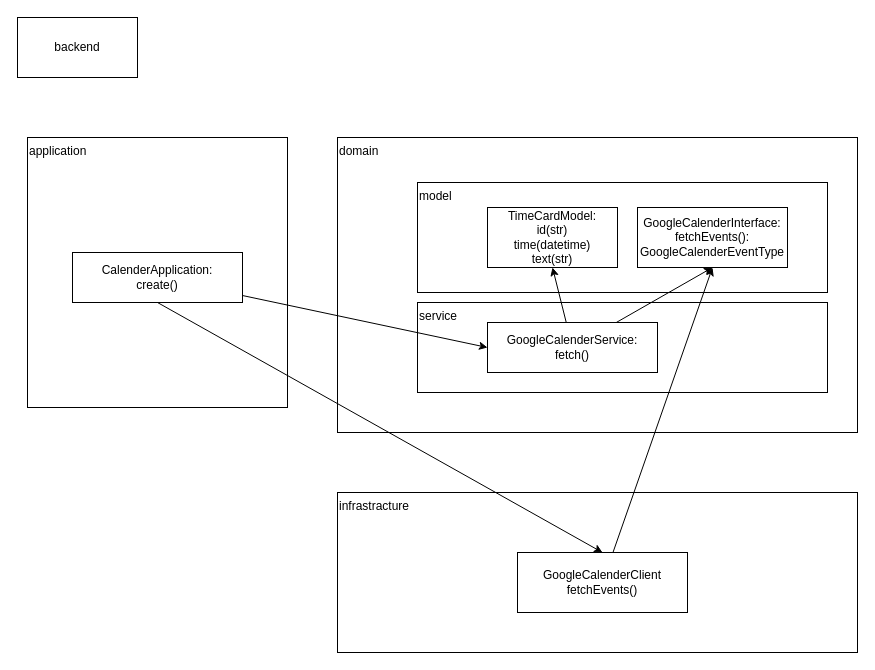
Earlier version of the draw.io diagram app/docs/architecture.drawio (rkunihisa/KNZN-CleanArchitecture). Source tidied: cells renumbered, new cells numbered last; positions are measured from the earlier drawing's top-left corner, leaving out a move shared by most shapes. Both pictures are drawn from the tidied source at 100%, with x=0, y=0 at pixel (17, 17).
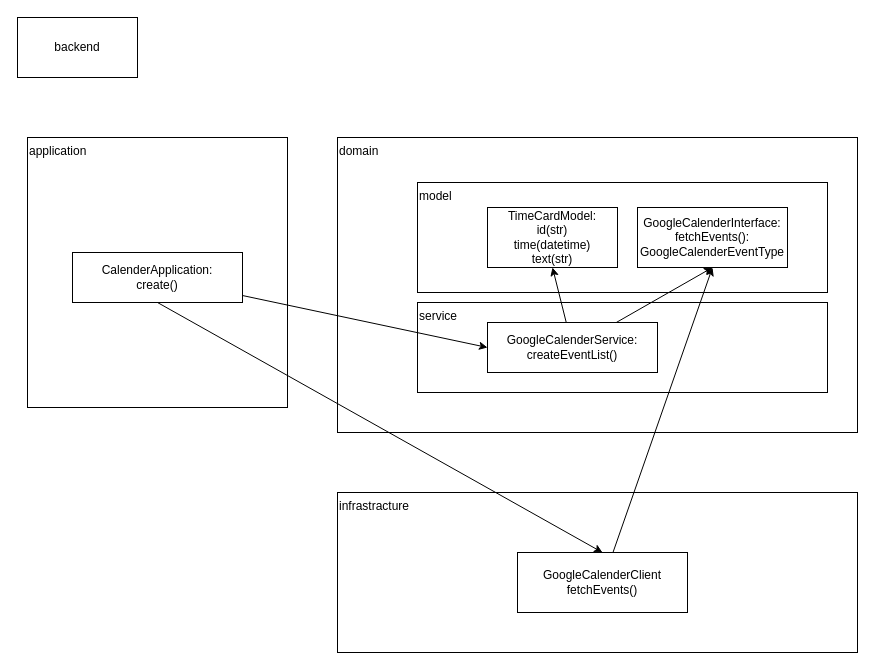
The same diagram, later.

The edit, as a diff of the source:
```diff
@@
 <mxGraphModel>
   <root>
     <mxCell id="0" />
     <mxCell id="1" parent="0" />
     <mxCell id="2" value="application" style="rounded=0;whiteSpace=wrap;html=1;align=left;verticalAlign=top;" parent="1" vertex="1">
       <mxGeometry x="10" y="120" width="260" height="270" as="geometry" />
     </mxCell>
     <mxCell id="3" value="domain" style="rounded=0;whiteSpace=wrap;html=1;align=left;verticalAlign=top;" parent="1" vertex="1">
       <mxGeometry x="320" y="120" width="520" height="295" as="geometry" />
     </mxCell>
     <mxCell id="4" value="infrastracture" style="rounded=0;whiteSpace=wrap;html=1;align=left;verticalAlign=top;" parent="1" vertex="1">
       <mxGeometry x="320" y="475" width="520" height="160" as="geometry" />
     </mxCell>
     <mxCell id="5" value="model" style="rounded=0;whiteSpace=wrap;html=1;align=left;verticalAlign=top;" parent="1" vertex="1">
       <mxGeometry x="400" y="165" width="410" height="110" as="geometry" />
     </mxCell>
     <mxCell id="6" value="GoogleCalenderClient&lt;div&gt;fetchEvents()&lt;/div&gt;" style="rounded=0;whiteSpace=wrap;html=1;" parent="1" vertex="1">
       <mxGeometry x="500" y="535" width="170" height="60" as="geometry" />
     </mxCell>
     <mxCell id="7" value="backend" style="rounded=0;whiteSpace=wrap;html=1;" parent="1" vertex="1">
       <mxGeometry width="120" height="60" as="geometry" />
     </mxCell>
     <mxCell id="8" value="service" style="rounded=0;whiteSpace=wrap;html=1;align=left;verticalAlign=top;" parent="1" vertex="1">
       <mxGeometry x="400" y="285" width="410" height="90" as="geometry" />
     </mxCell>
     <mxCell id="9" style="edgeStyle=none;html=1;entryX=0.5;entryY=1;entryDx=0;entryDy=0;" parent="1" edge="1" source="11" target="12">
       <mxGeometry relative="1" as="geometry" />
     </mxCell>
     <mxCell id="10" style="edgeStyle=none;html=1;entryX=0.5;entryY=1;entryDx=0;entryDy=0;" parent="1" edge="1" source="11" target="16">
       <mxGeometry relative="1" as="geometry" />
     </mxCell>
-    <mxCell id="11" value="GoogleCalenderService:&lt;div&gt;&lt;span style=&quot;background-color: transparent;&quot;&gt;fetch()&lt;/span&gt;&lt;/div&gt;" style="rounded=0;whiteSpace=wrap;html=1;" parent="1" vertex="1">
+    <mxCell id="11" value="GoogleCalenderService:&lt;div&gt;&lt;span style=&quot;background-color: transparent;&quot;&gt;createEventList()&lt;/span&gt;&lt;/div&gt;" style="rounded=0;whiteSpace=wrap;html=1;" parent="1" vertex="1">
       <mxGeometry x="470" y="305" width="170" height="50" as="geometry" />
     </mxCell>
     <mxCell id="12" value="TimeCardModel:&lt;div&gt;&lt;font color=&quot;#000000&quot;&gt;id(str)&lt;br&gt;&lt;/font&gt;&lt;div&gt;time(datetime)&lt;/div&gt;&lt;/div&gt;&lt;div&gt;text(str)&lt;/div&gt;" style="rounded=0;whiteSpace=wrap;html=1;" parent="1" vertex="1">
       <mxGeometry x="470" y="190" width="130" height="60" as="geometry" />
     </mxCell>
     <mxCell id="13" style="edgeStyle=none;html=1;entryX=0;entryY=0.5;entryDx=0;entryDy=0;" parent="1" edge="1" source="15" target="11">
       <mxGeometry relative="1" as="geometry" />
     </mxCell>
     <mxCell id="14" style="edgeStyle=none;html=1;entryX=0.5;entryY=0;entryDx=0;entryDy=0;exitX=0.5;exitY=1;exitDx=0;exitDy=0;" parent="1" edge="1" source="15" target="6">
       <mxGeometry relative="1" as="geometry" />
     </mxCell>
     <mxCell id="15" value="CalenderApplication:&lt;div&gt;create()&lt;/div&gt;" style="rounded=0;whiteSpace=wrap;html=1;" parent="1" vertex="1">
       <mxGeometry x="55" y="235" width="170" height="50" as="geometry" />
     </mxCell>
     <mxCell id="16" value="GoogleCalenderInterface:&lt;div&gt;fetchEvents(): GoogleCalenderEventType&lt;/div&gt;" style="rounded=0;whiteSpace=wrap;html=1;" parent="1" vertex="1">
       <mxGeometry x="620" y="190" width="150" height="60" as="geometry" />
     </mxCell>
     <mxCell id="17" style="edgeStyle=none;html=1;entryX=0.5;entryY=1;entryDx=0;entryDy=0;" parent="1" edge="1" source="6" target="16">
       <mxGeometry relative="1" as="geometry" />
     </mxCell>
   </root>
 </mxGraphModel>
```
